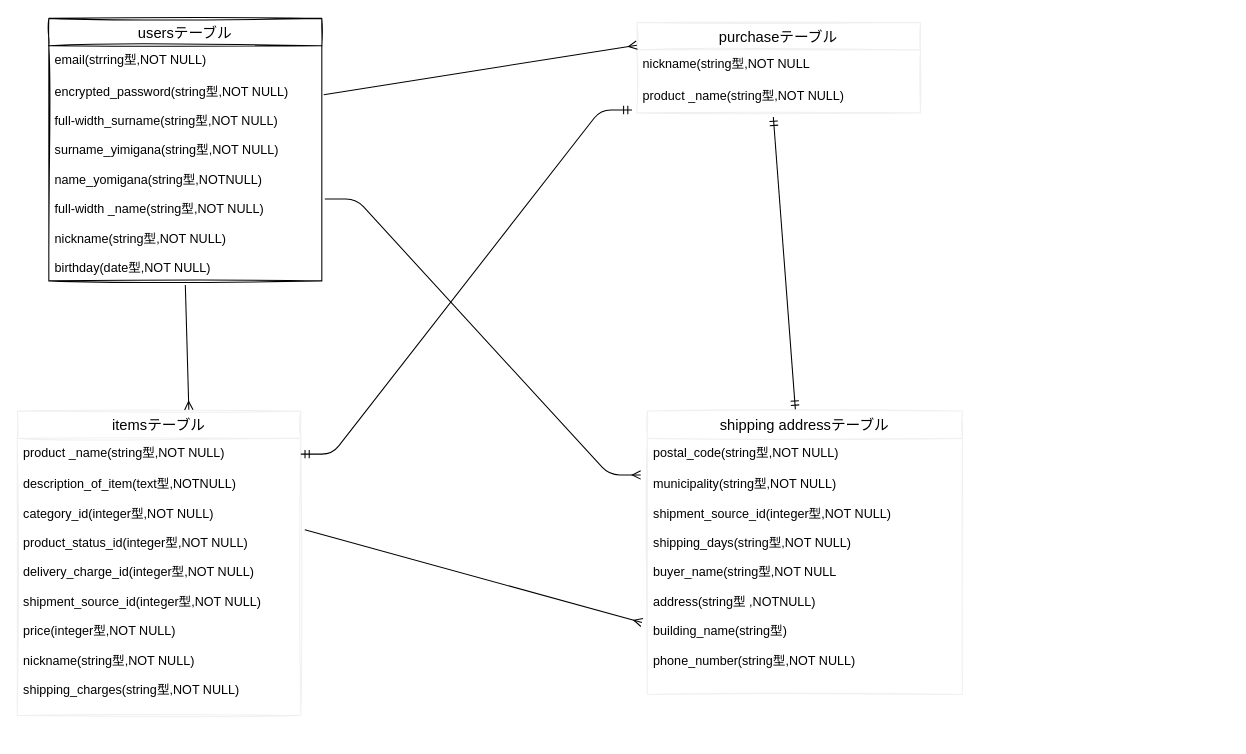
Before: test.dio in ittetu981/furima-35865, a draw.io diagram. Source tidied: cells renumbered, new cells numbered last; positions are measured from the earlier drawing's top-left corner, leaving out a move shared by most shapes. Both pictures are drawn from the tidied source at 105%, with x=0, y=0 at pixel (17, 18).
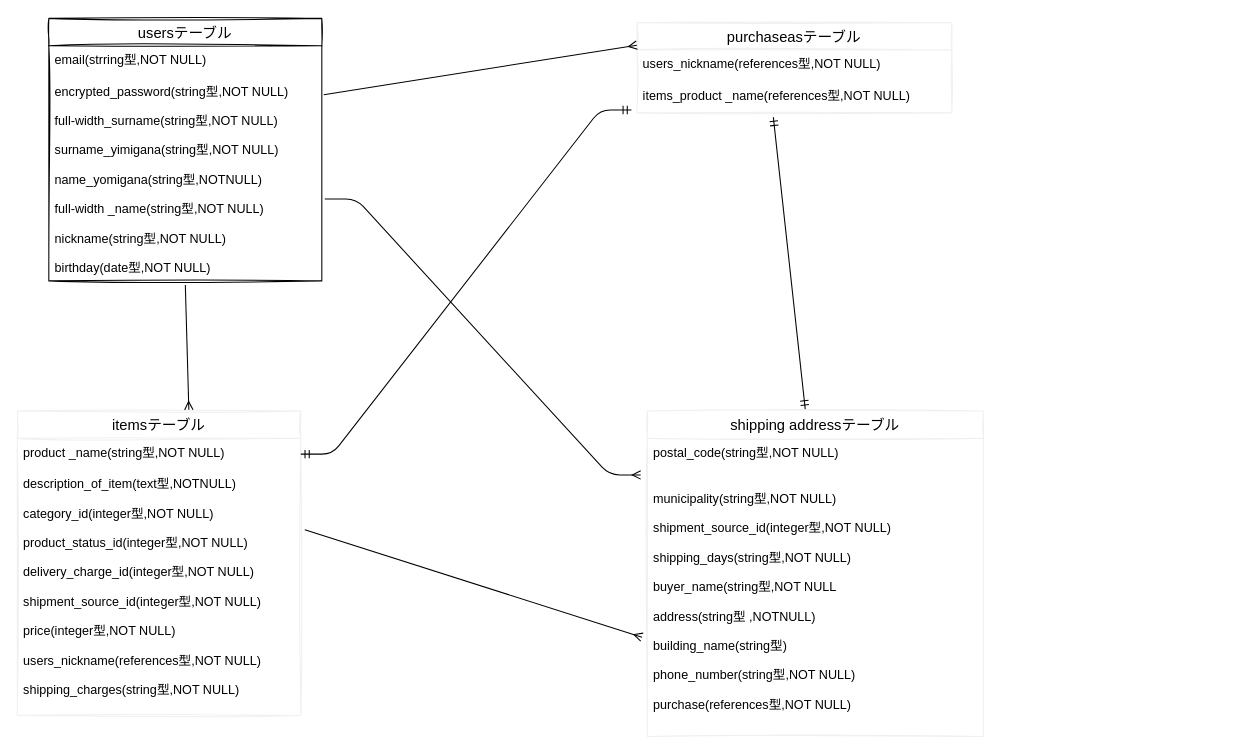
The same diagram, later.

Unchanged cells that the change refers to:
```xml
<mxCell id="6" value="itemsテーブル" style="swimlane;fontStyle=0;horizontal=1;startSize=26;align=center;fontSize=14;sketch=1;strokeColor=#f0f0f0;" parent="1" vertex="1">
  <mxGeometry y="374" width="270" height="290" as="geometry" />
</mxCell>
```

The edit, as a diff of the source:
```diff
@@
-    <mxCell id="8" value="description_of_item(text型,NOTNULL)&#10;&#10;category_id(integer型,NOT NULL)&#10;&#10;product_status_id(integer型,NOT NULL)&#10;&#10;delivery_charge_id(integer型,NOT NULL)&#10;&#10;shipment_source_id(integer型,NOT NULL)&#10;&#10;price(integer型,NOT NULL)&#10;&#10;nickname(string型,NOT NULL)&#10;&#10;shipping_charges(string型,NOT NULL)" style="text;strokeColor=none;fillColor=none;spacingLeft=4;spacingRight=4;overflow=hidden;points=[[0,0.5],[1,0.5]];portConstraint=eastwest;fontSize=12;" parent="6" vertex="1">
+    <mxCell id="8" value="description_of_item(text型,NOTNULL)&#10;&#10;category_id(integer型,NOT NULL)&#10;&#10;product_status_id(integer型,NOT NULL)&#10;&#10;delivery_charge_id(integer型,NOT NULL)&#10;&#10;shipment_source_id(integer型,NOT NULL)&#10;&#10;price(integer型,NOT NULL)&#10;&#10;users_nickname(references型,NOT NULL)&#10;&#10;shipping_charges(string型,NOT NULL)" style="text;strokeColor=none;fillColor=none;spacingLeft=4;spacingRight=4;overflow=hidden;points=[[0,0.5],[1,0.5]];portConstraint=eastwest;fontSize=12;" parent="6" vertex="1">
       <mxGeometry y="56" width="270" height="234" as="geometry" />
     </mxCell>
-    <mxCell id="9" value="purchaseテーブル" style="swimlane;fontStyle=0;horizontal=1;startSize=26;align=center;fontSize=14;sketch=1;strokeColor=#f0f0f0;" parent="1" vertex="1">
-      <mxGeometry x="590" y="4" width="270" height="86" as="geometry" />
+    <mxCell id="9" value="purchaseasテーブル" style="swimlane;fontStyle=0;horizontal=1;startSize=26;align=center;fontSize=14;sketch=1;strokeColor=#f0f0f0;" parent="1" vertex="1">
+      <mxGeometry x="590" y="4" width="300" height="86" as="geometry" />
     </mxCell>
-    <mxCell id="10" value="nickname(string型,NOT NULL" style="text;strokeColor=none;fillColor=none;spacingLeft=4;spacingRight=4;overflow=hidden;fontSize=12;" parent="9" vertex="1">
-      <mxGeometry y="26" width="270" height="30" as="geometry" />
+    <mxCell id="10" value="users_nickname(references型,NOT NULL)" style="text;strokeColor=none;fillColor=none;spacingLeft=4;spacingRight=4;overflow=hidden;fontSize=12;" parent="9" vertex="1">
+      <mxGeometry y="26" width="300" height="30" as="geometry" />
     </mxCell>
-    <mxCell id="11" value="product _name(string型,NOT NULL)" style="text;strokeColor=none;fillColor=none;spacingLeft=4;spacingRight=4;overflow=hidden;points=[[0,0.5],[1,0.5]];portConstraint=eastwest;fontSize=12;" parent="9" vertex="1">
-      <mxGeometry y="56" width="270" height="30" as="geometry" />
+    <mxCell id="11" value="items_product _name(references型,NOT NULL)" style="text;strokeColor=none;fillColor=none;spacingLeft=4;spacingRight=4;overflow=hidden;points=[[0,0.5],[1,0.5]];portConstraint=eastwest;fontSize=12;" parent="9" vertex="1">
+      <mxGeometry y="56" width="300" height="30" as="geometry" />
     </mxCell>
     <mxCell id="12" value="shipping addressテーブル" style="swimlane;fontStyle=0;horizontal=1;startSize=26;align=center;fontSize=14;sketch=1;strokeColor=#f0f0f0;" parent="1" vertex="1">
-      <mxGeometry x="600" y="374" width="300" height="270" as="geometry" />
+      <mxGeometry x="600" y="374" width="320" height="310" as="geometry" />
     </mxCell>
     <mxCell id="13" value="postal_code(string型,NOT NULL)" style="text;strokeColor=none;fillColor=none;spacingLeft=4;spacingRight=4;overflow=hidden;fontSize=12;" parent="12" vertex="1">
-      <mxGeometry y="26" width="300" height="30" as="geometry" />
+      <mxGeometry y="26" width="320" height="284" as="geometry" />
     </mxCell>
-    <mxCell id="14" value="municipality(string型,NOT NULL)&#10;&#10;shipment_source_id(integer型,NOT NULL)&#10;&#10;shipping_days(string型,NOT NULL)&#10;&#10;buyer_name(string型,NOT NULL&#10;&#10;address(string型 ,NOTNULL)&#10;&#10;building_name(string型)&#10;&#10;phone_number(string型,NOT NULL)&#10;&#10;&#10;" style="text;strokeColor=none;fillColor=none;spacingLeft=4;spacingRight=4;overflow=hidden;points=[[0,0.5],[1,0.5]];portConstraint=eastwest;fontSize=12;" parent="12" vertex="1">
-      <mxGeometry y="56" width="300" height="214" as="geometry" />
-    </mxCell>
@@
+    <mxCell id="14" value="municipality(string型,NOT NULL)&#10;&#10;shipment_source_id(integer型,NOT NULL)&#10;&#10;shipping_days(string型,NOT NULL)&#10;&#10;buyer_name(string型,NOT NULL&#10;&#10;address(string型 ,NOTNULL)&#10;&#10;building_name(string型)&#10;&#10;phone_number(string型,NOT NULL)&#10;&#10;purchase(references型,NOT NULL)&#10;&#10;&#10;" style="text;strokeColor=none;fillColor=none;spacingLeft=4;spacingRight=4;overflow=hidden;points=[[0,0.5],[1,0.5]];portConstraint=eastwest;fontSize=12;" parent="1" vertex="1">
+      <mxGeometry x="600" y="444" width="300" height="214" as="geometry" />
+    </mxCell>
```
